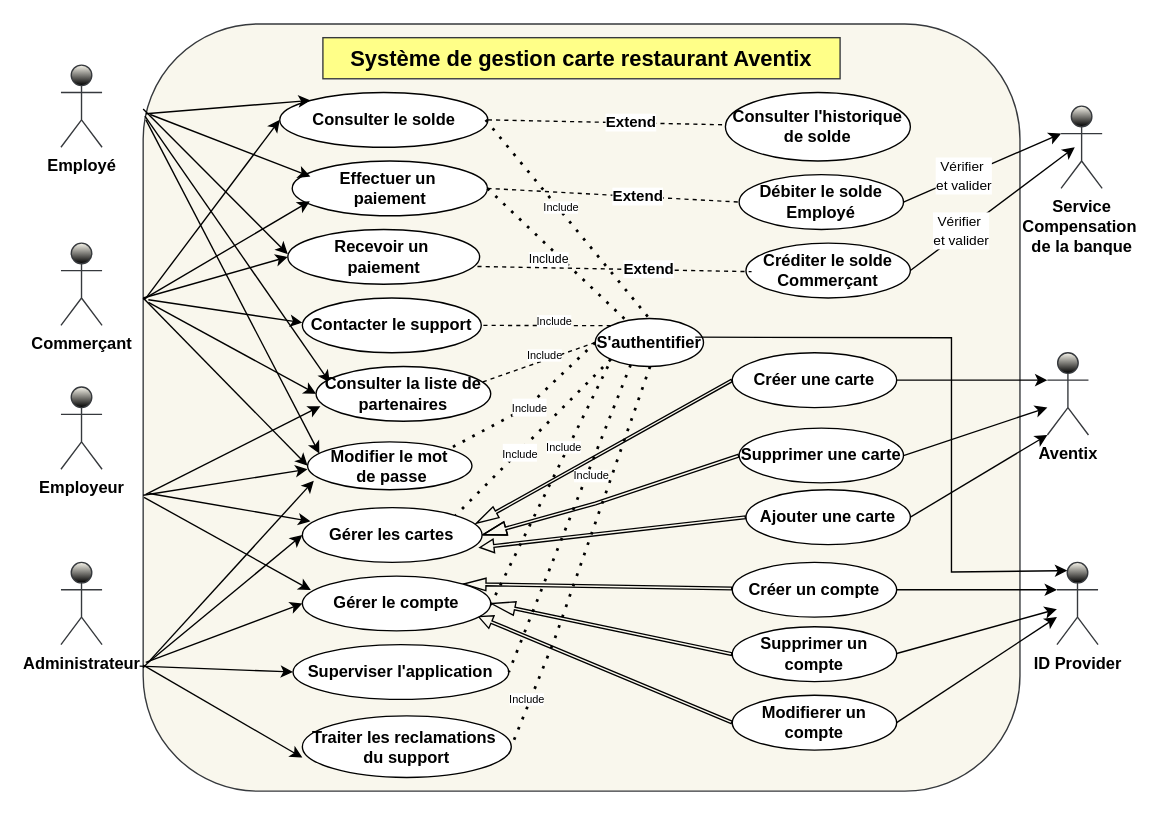
This is Diagramme_de_cas_d_utilisation.drawio from msisitr/aventix-design, a draw.io file, before an edit. Source tidied: cells renumbered, new cells numbered last; positions are measured from the earlier drawing's top-left corner, leaving out a move shared by most shapes. Both pictures are drawn from the tidied source at 137%, with x=0, y=0 at pixel (60, 23).
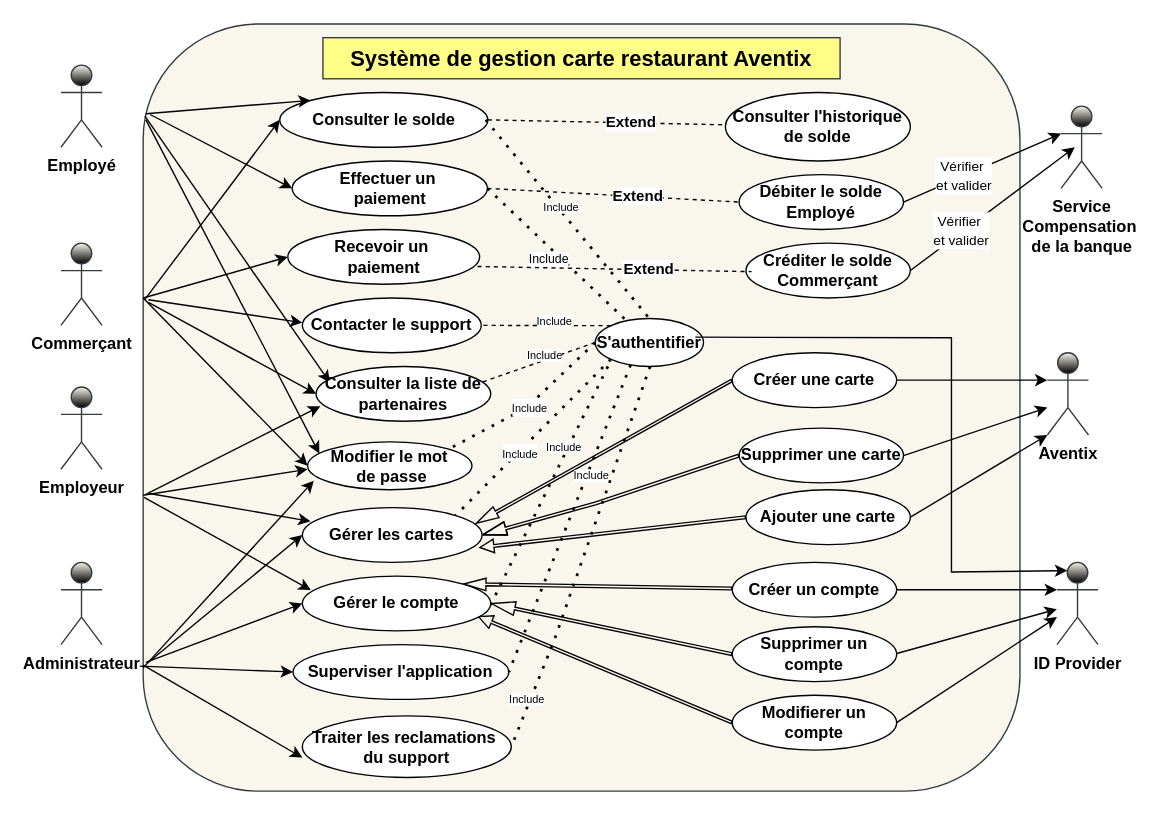
The same page after the edit.

Commit message:
Mettre à jour Diagramme_de_cas_d_utilisation.drawio

The change refers to these unchanged cells:
```xml
<mxCell id="2" style="rounded=1;whiteSpace=wrap;html=1;fillColor=#f9f7ed;strokeColor=#36393d;fontStyle=1;" parent="1" vertex="1">
  <mxGeometry x="60" width="640" height="560" as="geometry" />
</mxCell>
<mxCell id="5" value="&lt;div&gt;&lt;span&gt;Effectuer un&amp;nbsp;&lt;/span&gt;&lt;/div&gt;&lt;div&gt;&lt;span&gt;paiement &lt;/span&gt;&lt;/div&gt;" style="ellipse;whiteSpace=wrap;html=1;fontStyle=1;" parent="1" vertex="1">
  <mxGeometry x="168.8" y="100" width="142.5" height="40" as="geometry" />
</mxCell>
```

Diff of the diagram source:
```diff
@@
-    <mxCell id="38" style="endArrow=classic;html=1;rounded=0;exitX=0.008;exitY=0.118;exitDx=0;exitDy=0;exitPerimeter=0;entryX=0.093;entryY=0.285;entryDx=0;entryDy=0;entryPerimeter=0;fontStyle=1;" parent="1" edge="1" source="2" target="5">
+    <mxCell id="38" style="endArrow=classic;html=1;rounded=0;exitX=0.008;exitY=0.118;exitDx=0;exitDy=0;exitPerimeter=0;entryX=0;entryY=0.5;entryDx=0;entryDy=0;fontStyle=1;" parent="1" edge="1" source="2" target="5">
       <mxGeometry relative="1" as="geometry" />
     </mxCell>
-    <mxCell id="39" style="endArrow=classic;html=1;rounded=0;exitX=0;exitY=0.359;exitDx=0;exitDy=0;exitPerimeter=0;fontStyle=1;entryX=0.09;entryY=0.735;entryDx=0;entryDy=0;entryPerimeter=0;" parent="1" edge="1" source="2" target="5">
-      <mxGeometry relative="1" as="geometry" />
-    </mxCell>
@@
-    <mxCell id="83" style="endArrow=classic;html=1;rounded=0;entryX=0;entryY=0.5;entryDx=0;entryDy=0;fontStyle=1;" parent="1" edge="1">
-      <mxGeometry relative="1" as="geometry">
-        <mxPoint x="60" y="62" as="sourcePoint" />
-        <mxPoint x="165.6" y="168" as="targetPoint" />
-      </mxGeometry>
-    </mxCell>
```
